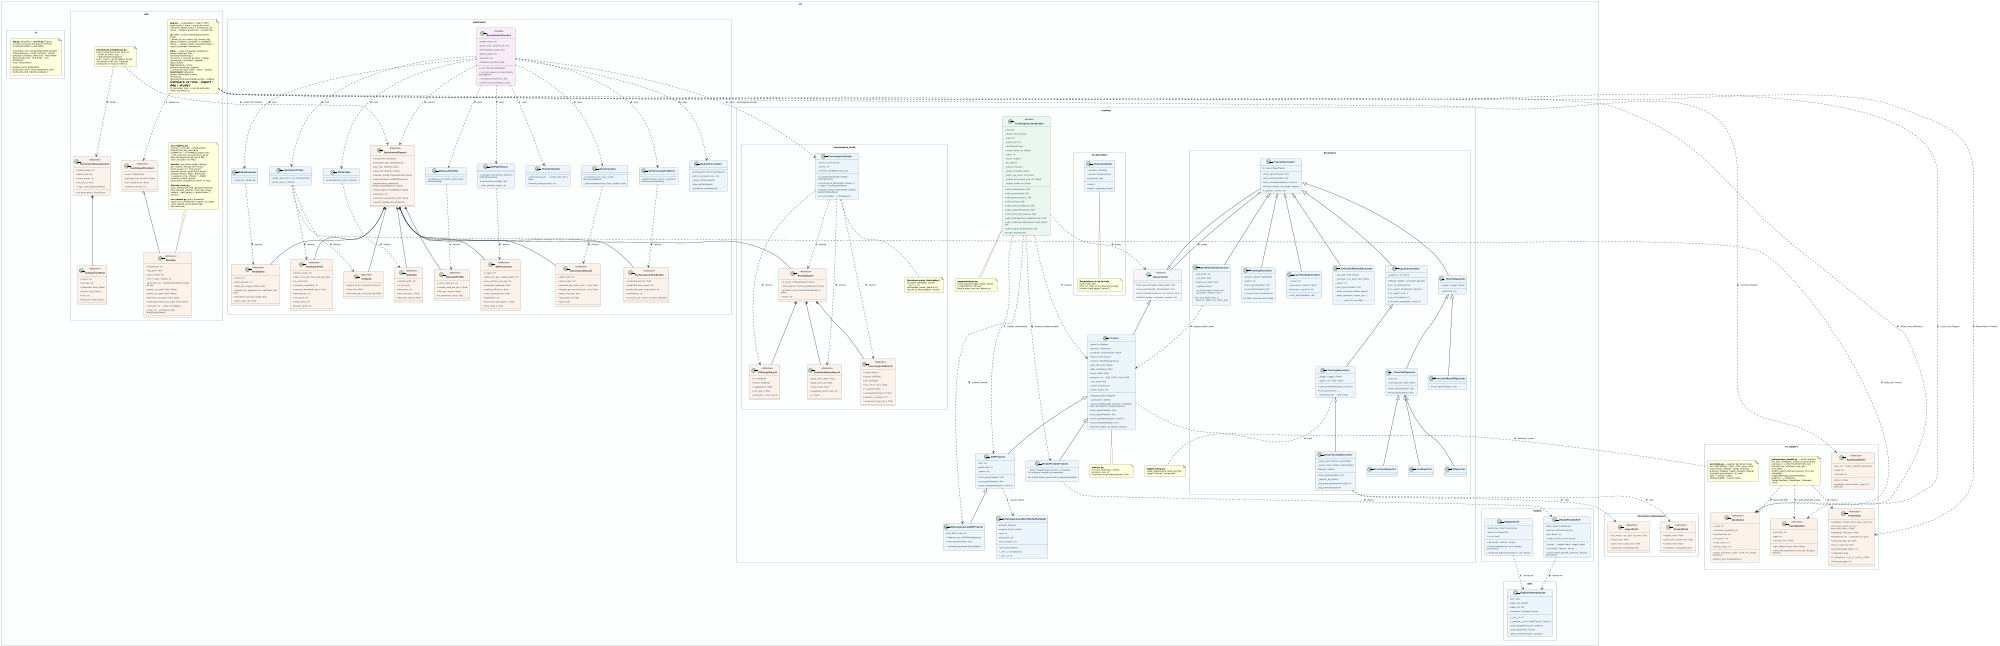
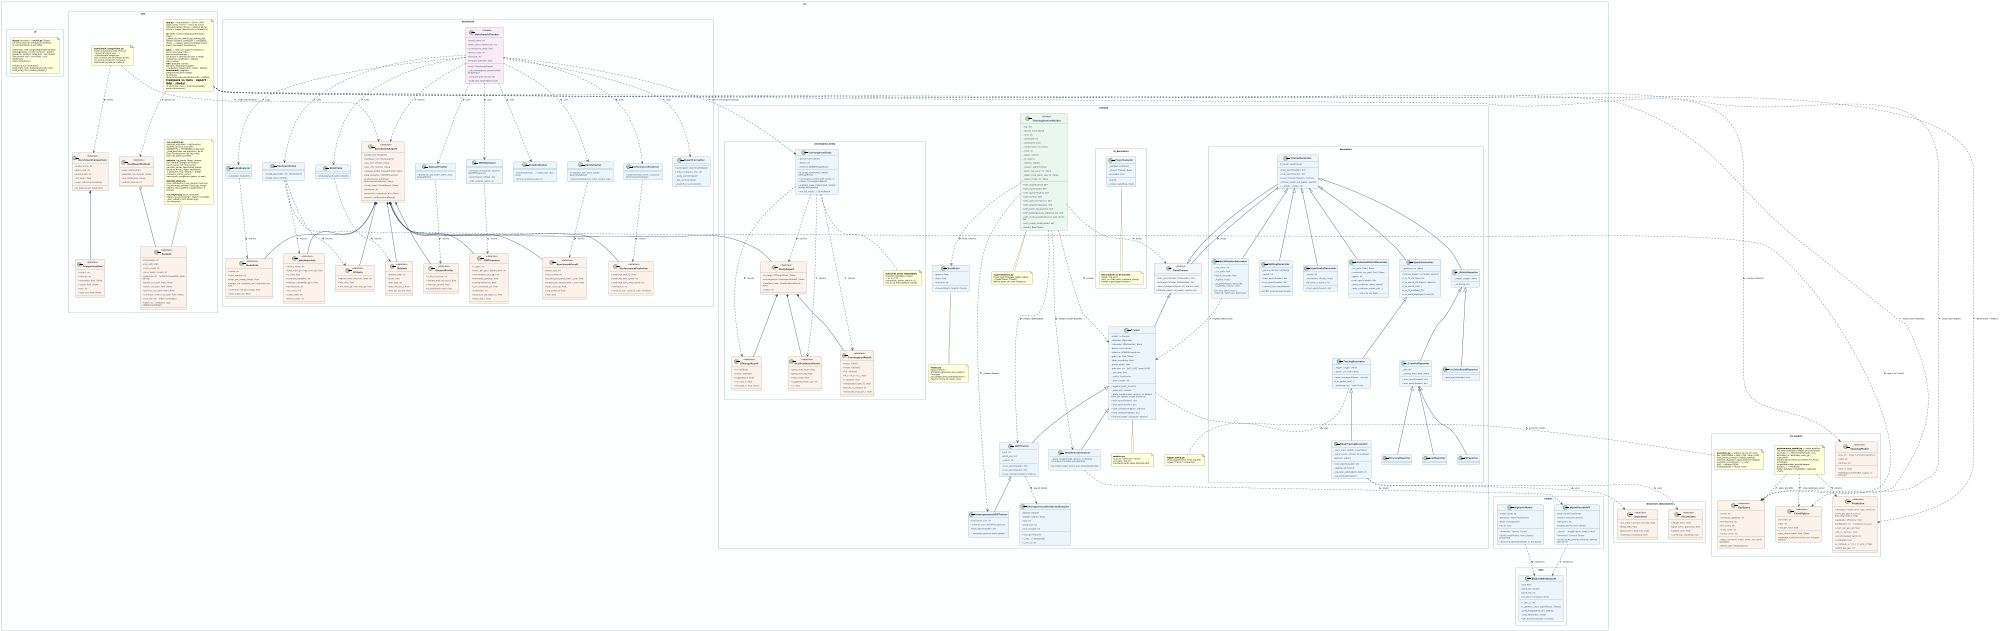
@startuml class_diagram
scale 2000 width
skinparam backgroundColor #FFFFFF
skinparam monochrome false
skinparam classAttributeIconSize 0
skinparam defaultFontName "DejaVu Sans"
skinparam defaultFontSize 9
skinparam classFontStyle bold
skinparam classFontSize 10
skinparam classHeaderBackgroundColor #1A5276
skinparam classBorderColor #2C3E50
skinparam classBackgroundColor #EBF5FB
skinparam arrowColor #2C3E50
skinparam arrowThickness 1.5
skinparam roundCorner 8
skinparam padding 4
skinparam nodesep 50
skinparam ranksep 55
skinparam wrapWidth 200
skinparam packageStyle rectangle
skinparam packageBorderColor #95A5A6
skinparam packageBackgroundColor #FDFEFE

' ════════════════════════════════════════════════════════════════
' PACKAGE: src.training
' ════════════════════════════════════════════════════════════════
package "src.training" #FDFEFE {

  abstract class BaseTrainer <<abstract>> {
    {abstract} + train_epoch(loader: DataLoader): dict
    {abstract} + eval_epoch(loader: DataLoader): dict
    {abstract} + save_checkpoint(epoch: int, metrics: dict)
    {abstract} + fit(train_loader, val_loader, epochs: int)
  }

  class Trainer {
    - model: nn.Module
    - optimizer: Optimizer
    - scheduler: LRScheduler | None
    - device: torch.device
    - criterion: BCEWithLogitsLoss
    - grad_clip: float | None
    - label_smoothing: float
    - mixup_alpha: float
    - precision: str  ' fp32 | tf32 | amp | bf16
    - _use_amp: bool
    - _scaler: GradScaler
    - _batch_hooks: list
    + register_batch_hook(fn)
    - _autocast(): context
    - _place_model(model, device): nn.Module  ' hook: por defecto model.to(device)
    + train_epoch(loader): dict
    + eval_epoch(loader): dict
    + save_checkpoint(epoch, metrics)
    + load_checkpoint(path): dict
    + fit(train_loader, val_loader, epochs)
  }

  class DDPTrainer {
    - rank: int
    - world_size: int
    - _epoch: int
    ' precision reenviada a Trainer
    + train_epoch(loader): dict
    + eval_epoch(loader): dict
    + save_checkpoint(epoch, metrics)
  }

  class HeterogeneousDDPTrainer {
    - local_batch_size: int
    - _criterion_sum: BCEWithLogitsLoss
    + train_epoch(loader): dict
    .. normaliza grad por batch global ..
  }

  class ModelParallelTrainer {
    ' modelo ya repartido entre GPUs (ModelParallelViT)
    - _place_model(model, device): nn.Module  ' no mueve el modelo (ya repartido)
    .. usa model.output_device para etiquetas/pérdida ..
  }

  class TrainingSessionBuilder <<Builder>> {
    - _cfg: dict
    - _device: torch.device
    - _rank: int
    - _world_size: int
    - _distributed: bool
    - _model_name: str | None
    - _trace: str
    - _layers: list[str]
    - _fn: list[str]
    - _metrics: list[str]
    - _inspect: set[str] | None
    - _batch_log_every: int | None
    - _hetero_local_batch_size: int | None
    - _output_mode: str | None
    + with_model(name): Self
    + with_trace(mode): Self
    + with_layers(*layers): Self
    + with_fn(*fns): Self
    + with_metrics(*metrics): Self
    + with_inspect(*features): Self
    + with_batch_log_every(n): Self
    + with_heterogeneous_ddp(local_bs): Self
    + with_model_parallel(devices, split_block): Self
    + with_output_mode(mode): Self
    + build(): BaseTrainer
  }

  class HeterogeneousDistributedSampler {
    - dataset: Dataset
    - weights: list[int | float]
    - rank: int
    - world_size: int
    - num_samples: int
    + set_epoch(epoch)
    + __iter__(): Iterator[int]
    + __len__(): int
  }

  note as aug_note
    **augmentations.py**
    mixup_batch(images, labels, alpha)
    → tuple[Tensor, Tensor]
    Mezcla pares con coef. Beta(α,α).
  end note

+   class FocalLoss {
+     - gamma: float
+     - alpha: float
+     - reduction: str
+     + forward(logits, targets): Tensor
+   }
+ 
+   note as losses_note
+     **losses.py**
+     build_criterion → BCEWithLogitsLoss(+pos_weight) | FocalLoss
+     pos_weight_from_metadata('auto')
+     Palanca contra las clases raras.
+   end note
+ 
  note as metrics_note
    **metrics.py**
    f1_score / precision / recall /
    accuracy / eta_str
    Funciones puras sobre tensores GPU.
  end note

  note as logger_note
    **logger_setup.py**
    setup_logger(name, level, log_file)
    Logger "trainer" compartido.
  end note

}

' ════════════════════════════════════════════════════════════════
' PACKAGE: src.training.convergence_study  (estudio empírico v4)
' ════════════════════════════════════════════════════════════════
package "src.training.convergence_study" #FDFEFE {

  class ConvergenceStudy {
    - _device: torch.device
    - _family: str
    - _criterion: BCEWithLogitsLoss
    + lr_range_test(model, loader): LRRangeResult
    + convergence_test(model, loader, lr, n_steps): ConvergenceResult
    + gradient_noise_scale(model, loader): GradientNoiseResult
    + run_full_study(...): StudyReport
  }

  class LRRangeResult <<dataclass>> {
    + lrs: list[float]
    + losses: list[float]
    + suggested_lr: float
    + min_loss_lr: float
    + diverged_lr: float | None
  }

  class ConvergenceResult <<dataclass>> {
    + steps: list[int]
    + losses: list[float]
    + f1s: list[float]
    + fit_a / fit_b / fit_c: float
    + r_squared: float
    + extrapolated_best_f1: float
    + epochs_to_plateau: int
    + measured_imgs_per_s: float
  }

  class GradientNoiseResult <<dataclass>> {
    + grad_norm_mean: float
    + grad_norm_std: float
    + noise_scale: float
    + suggested_batch_size: int
    + cv: float
  }

  class StudyReport <<dataclass>> {
    + lr_range: LRRangeResult | None
    + convergence: ConvergenceResult | None
    + gradient_noise: GradientNoiseResult | None
    + notes: str
  }

  note as fit_note
    **funciones puras (testeables)**
    fit_power_law(steps, losses)
    → (a, b, c, r²)
    extrapolate_power_law(a,b,c,t)
    loss_to_f1_estimate(loss, family)
  end note

}

' ════════════════════════════════════════════════════════════════
' PACKAGE: src.training.decorators
' ════════════════════════════════════════════════════════════════
package "src.training.decorators" #FDFEFE {

  class TrainerDecorator {
    # _trainer: BaseTrainer
    + train_epoch(loader): dict
    + eval_epoch(loader): dict
    + save_checkpoint(epoch, metrics)
    + fit(train_loader, val_loader, epochs)
    + __getattr__(name: str)
  }

  class EpochController {
    - _patience: int | None
    + fit(train_loader, val_loader, epochs)
    # _on_fit_start(epochs)
    # _on_epoch_start(epoch, epochs)
    # _on_epoch_end(...)
    # _on_fit_end(best_f1)
    # _on_early_stop(epoch, best_f1)
  }

  class TracingDecorator {
    - _logger: Logger | None
    - _epoch_csv: Path | None
    + save_checkpoint(epoch, metrics)
    # _on_epoch_end(...)
    - _emit(msg: str)  ' rank 0 only
  }

  class DeepTracingDecorator {
    - _layer_stats: dict[str, LayerStats]
    - _param_stats: dict[str, ParamStats]
    - features: set[str]
    + train_epoch(loader): dict
    - _register_all_hooks()
    - _log_layer_table(epoch, batch, n)
    - _log_anomalies(epoch)
  }

  class PlottingDecorator {
    - _history: dict[str, list[float]]
    - _epoch: int
    + train_epoch(loader): dict
    + eval_epoch(loader): dict
    + _record_train_result(result)
    .. sin PNG: acumula para la web ..
  }

  class LayerHooksDecorator {
    - _hooks: list
    - _activations: dict[str, float]
    - log_every_n_epochs: int
    + train_epoch(loader): dict
  }

  class ConfusionMatrixDecorator {
    - _csv_path: Path | None
    - _confusion_csv_path: Path | None
    - _epoch: int
    + eval_epoch(loader): dict
    - _write_csv(preds, labels, epoch)
    - _write_confusion_matrix_csv(...)
    .. solo CSV (sin PNG) ..
  }

  class BatchMonitorDecorator {
    - _log_every: int
    - _csv_path: Path
    + batch_csv_path: Path
    - _register_hook()
    - _on_batch(epoch, batch_idx,\n  n_batches, metrics: dict)
    .. CSV: loss, batch_loss, lr,\n  batch_f1, batch_acc, batch_prec ..
  }

  abstract class _MetricReporter {
    - _logger: Logger | None
    - _emit(msg: str)
  }

  abstract class _TrainValReporter {
    - _key: str
    - _cached_train: float | None
    + train_epoch(loader): dict
    + eval_epoch(loader): dict
  }

  class LossReporter
  class F1Reporter
  class AccuracyReporter
  class PrecisionRecallReporter {
    + eval_epoch(loader): dict
  }

}

' ════════════════════════════════════════════════════════════════
' PACKAGE: src.training.decorators — dataclasses internas
' ════════════════════════════════════════════════════════════════
package "decorators (dataclasses)" #FDFEFE {

  class LayerStats <<dataclass>> {
    + act_mean / act_std / act_max: float
    + dead_ratio: float
    + grad_norm / grad_max: float
    + vanishing / exploding: bool
  }

  class ParamStats <<dataclass>> {
    + weight_norm: float
    + grad_norm / grad_max: float
    + update_ratio: float
    + vanishing / exploding: bool
  }

}

' ════════════════════════════════════════════════════════════════
' PACKAGE: src.training.fn_decorators
' ════════════════════════════════════════════════════════════════
package "src.training.fn_decorators" #FDFEFE {

  class _PowerSampler {
    - _samples: list[float]
    - _thread: Thread | None
    + available: bool
    + start()
    + stop(): tuple[float, float]
  }

  note as fn_note
    **Decoradores @ de función**
    timed / log_call /
    retry_on_cuda_oom / measure_energy
    Rutean a getLogger("trainer").
  end note

  _PowerSampler .. fn_note

}

' ════════════════════════════════════════════════════════════════
' PACKAGE: src.models / src.data
' ════════════════════════════════════════════════════════════════
package "src.models" #FDFEFE {
-   class BigEarthViT {
+   class BigEarthModel {
+     ' alias retrocompat: BigEarthViT = BigEarthModel
+     - model_name: str
    - backbone: VisionTransformer
    - head: nn.Sequential
    + is_vit: bool
    + forward(x: Tensor): Tensor
    + build_model(name, num_classes, pretrained)
    + build_llrd_optimizer(model, lr, wd, decay)
  }

  class ModelParallelViT {
    ' paralelismo de modelo (pipeline naive)
    - base: VisionTransformer
    - devices: list[torch.device]
    - split_block: int
    + output_device: torch.device
    - _place()  ' stage0→dev0, stage1→dev1
    + forward(x: Tensor): Tensor
    + build_model_parallel_vit(name, devices, split_block)
  }
}

' ════════════════════════════════════════════════════════════════
' PACKAGE: src (módulos de soporte — benchmark/web)
' ════════════════════════════════════════════════════════════════
package "src.support" as support #FDFEFE {

  class GpuSpecs <<dataclass>> {
    + name: str
    + compute_capability: str
    + architecture: str
    + sm_count: int
    + cuda_cores: int
    + tensor_cores: int
    + specs_for(name, major, minor, sm_count): GpuSpecs
    + detect_all(): list[GpuSpecs]
  }

  class SpeedupModel <<dataclass>> {
    + key: str  ' linear | amdahl | gustafson
    + label: str
    + formula: str
    + fn(n, s): float
    + speedup_curve(model, n_gpus, s): list[float]
  }

  class CloudOption <<dataclass>> {
    + provider: str
    + gpu: str
    + usd_per_hour: float
    + gpu_tflops(name): float | None
    + estimate_costs(total_hours_ref, ref_gpu): list[dict]
  }

  class Prediction <<dataclass>> {
    ' src.performance_model — predictor analítico
    + strategy / model_name / gpu_name: str
    + time_per_epoch_train_s / time_total_train_s: float
    + speedup / efficiency: float
    + bottleneck: str  ' compute | io | sync
    + vram_per_gpu_gb: float
    + fits_in_memory: bool
    + recommended_batch: int
    + calibrated: bool
    + t_compute_s / t_io_s / t_sync_s: float
    + batch_per_gpu: int
  }

  note as perfmodel_note
    **performance_model.py** — motor analítico
    (sin GPU, testeable). Estima sin benchmark:
    estimate_rc = MFU·TFLOPS/FLOPs_train
    estimate_rio / estimate_vram_gb / max_batch
    predict_epoch (fórmula maestra T(n,π) por
    estrategia: single/ddp/model_parallel/hetero)
    predict(...) → Prediction
    Tablas GpuSpec / ModelSpec. Calibrado <10%.
  end note

  note as precision_note
    **precision.py** — selector de Tensor cores
    ALL_PRECISIONS = fp32 | tf32 | amp | bf16
    uses_tensor_cores(p) / needs_scaler(p)
    autocast_dtype(p) / apply_backend_flags(p)
    available_precisions(cc, is_cuda)
    fp32 → núcleos CUDA;
    tf32/amp/bf16 → Tensor cores
  end note
}

package "src.data" #FDFEFE {
  class BigEarthNetDataset {
    - root: Path
    - patch_ids: list[str]
    - labels_list: list
    - transform: Compose | None
    + __len__(): int
    + __getitem__(idx): tuple[Tensor, Tensor]
    - _load_image(patch_dir): ndarray
    - _load_labels(idx): Tensor
    + get_transforms(split): Compose
  }
}

' ════════════════════════════════════════════════════════════════
' PACKAGE: src.benchmark (SRP package; scripts/benchmark.py is now a thin CLI)
' ════════════════════════════════════════════════════════════════
package "src.benchmark" #FDFEFE {

  class ModelInfo <<dataclass>> {
    + name: str
    + total_params: int
    + flops_per_image_mflops: float
    + weight_mb / gradient_mb / optimizer_mb: float
    + activation_mb_per_image: float
    + total_static_mb: float
  }

  class HardwareInfo <<dataclass>> {
    + device_name: str
    + total_vram_gb / free_vram_gb: float
    + is_cuda: bool
    + compute_capability: str
    + memory_bandwidth_gb_s: float
    + architecture: str
    + sm_count: int
    + cuda_cores: int
    + tensor_cores: int
  }

  class CPUInfo <<dataclass>> {
    + logical_cores / physical_cores: int
    + freq_mhz: float
    + ram_total_gb / ram_free_gb: float
  }

  class DiskInfo <<dataclass>> {
    + dataset_path: str
    + is_nfs: bool
    + disk_type: str
    + read_mb_per_s: float
    + files_per_second: float
  }

  class DatasetProfile <<dataclass>> {
    + n_files_total_est: int
    + sample_read_mb_per_s: float
    + files_per_second: float
    + io_bottleneck_ratio: float
  }

  class DDPScenario <<dataclass>> {
    + n_gpus: int
    + batch_per_gpu / global_batch: int
    + num_workers_per_gpu: int
    + estimated_speedup: float
    + scaling_efficiency: float
    + sync_overhead_pct: float
    + bottleneck: str
    + time_train_per_epoch_s: float
    + time_total_s: float
  }

  class PerformancePrediction <<dataclass>> {
    + predicted_best_f1: float
    + predicted_best_epoch: int
    + predicted_early_stop_epoch: int
    + confidence: str
    + curve_f1_val / curve_f1_train: list[float]
  }

  class BenchmarkResult <<dataclass>> {
    + batch_size: int
    + trace_mode: str
    + seconds_per_batch_train / _eval: float
    + images_per_second_train / _eval: float
    + peak_vram_gb: float
    + avg_power_w: float
    + oom: bool
  }

  class BenchmarkReport <<dataclass>> {
    + model_info: ModelInfo
    + hardware_info: HardwareInfo
    + cpu_info: CPUInfo | None
    + disk_info: DiskInfo | None
    + dataset_profile: DatasetProfile | None
    + ddp_scenarios: list[DDPScenario]
    + performance_prediction: PerformancePrediction | None
    + study_report: StudyReport | None
    + precision: str
    + precision_comparison: dict | None
    + results: list[BenchmarkResult]
  }

  class ModelAnalyzer {
    + analyze(): ModelInfo
  }
  class HardwareProbe {
    + probe_gpu(index: int): HardwareInfo
    + probe_cpu(): CPUInfo
  }
  class DiskProbe {
    + probe(dataset_path): DiskInfo
  }
  class DatasetProfiler {
    + profile(sec_per_batch, batch_size): DatasetProfile
  }
  class Benchmarker {
    + run(batch_size, trace_mode): BenchmarkResult
    - _benchmark(batches, trace_mode): tuple
  }
  class TimeEstimator {
    + estimate(result, ..., model_info): dict | None
    + format_time(seconds): str
  }
  class DDPOptimizer {
    + compute_scenarios(n_epochs): list[DDPScenario]
    + recommend_config(): dict
    - _infer_network_type(): str
  }
  class PerformancePredictor {
    + predict(model_name, n_epochs): PerformancePrediction
  }
  class ReportFormatter {
    + print(report: BenchmarkReport)
    + write_csv(report, env: str)
    - _study_section(report)
    - _ddp_section(report)
    - _prediction_section(pred)
  }
  class BenchmarkChecker <<Facade>> {
    - model_name: str
    - batch_sizes / epochs_list: list
    - convergence_study: bool
    - device_index: int
    - precision: str
    - compare_precision: bool
    + run(): BenchmarkReport
    - _run_convergence_study(model): StudyReport
    - _compare_precisions(): dict
    - _build_real_loader(batch_size)
  }

}

' ════════════════════════════════════════════════════════════════
' PACKAGE: src.web
' ════════════════════════════════════════════════════════════════
package "src.web" #FDFEFE {

  class RunInfo <<dataclass>> {
    + timestamp: str
    + log_path: Path
    + trace_mode: str
    + env / mode / model: str
    + precision: str  ' fp32/tf32/amp/bf16, leída del log
    + epoch_csv_path: Path | None
    + batch_csv_path: Path | None
    + perclass_csv_path: Path | None
    + confusion_matrix_csv_path: Path | None
    + sort_key: str  ' orden cronológico
    + label: str  ' compacto, tags [ddp]/[amp]/[deep]
  }

  class BenchmarkComparison <<dataclass>> {
    + model_name: str
    + batch_size: int
    + trace_mode: str
    + nfs_factor: float
    + rows: list[ComparisonRow]
    + to_dataframe(): DataFrame
  }

  class ComparisonRow <<dataclass>> {
    + metric: str
    + formula: str
    + estimated: float | None
    + actual: float | None
    + unit: str
    + error_pct: float | None
  }

  note as cmp_note
    **benchmark_comparison.py**
    build_comparison(meta, feas_df,
      actual_df, batch_size, ...)
    → BenchmarkComparison
    Usa n_train/n_val del bloque #sizes
    (no asume el full set). Compara
    estimación vs real por métrica.
  end note

  class DashboardContext <<dataclass>> {
    ' src.web.ui.context — estado compartido (ctx)
    + runs: list[RunInfo]
    + selected_run: RunInfo | None
    + run: DataFrame | None
    + refresh_interval: int
  }

  note as web_note
    **run_registry.py**
    discover_runs(root) → list[RunInfo]
    RunInfo.sort_key normaliza
    DDMMYYYY → YYYYMMDD (orden real).
    _read_precision: lee precision= de la
    línea Configuración del log (4 KB).
    Solo CSV paths (sin PNG).

    **parsers**: log_parser (deep: campos
    por nombre; energía \w*Trainer),
    batch_parser (v3: f1/acc/prec),
    perclass_parser, benchmark_parser
    (bloques #sizes, #gpu, #precision,
    #precision_cmp, #study_*, #ddp),
    confusion_matrix_parser,
    benchmark_comparison (estim. vs real)

    **dataset_stats.py**
    class_distribution_from_parquet (ndarray)
    find_example_patches / load_rgb_image
    helpers._class_gallery (1 patch/clase, 1 lectura)

    **run_import.py** (puro, testeable)
    import_run_archive(zip) / import_run_folder
    _dest_relpath (corta desde logs/, anti-traversal)
  end note

  note as web_arch_note
    **app.py** — orquestador (~220 ln, SRP)
    page config + tema + menú de iconos
    (streamlit-option-menu) + selector de run
    activo + toggle claro/oscuro → render(ctx)

    **ui/** (SRP): context (DashboardContext),
    charts (_show/_dl_csv/_metric_fig/_overlay_fig),
    helpers (loaders cacheados + utilidades),
    theme — register_plotly_template(mode) +
    inject_css(mode): claro/oscuro

    **tabs/** — cada uno expone render(ctx):
    home (Overview: KPIs + barras/tarta/treemap +
    run activo + carrusel de fotos + tabla) ·
    comparison (unificado) · dataset · data_models ·
    **run/** (paquete: curves · perclass=heatmap+support
    · confusions=top+matriz · batch · details) ·
    **benchmark/** (paquete: predict=formulario+tablas
    de fórmula tiempo/memoria+escalado+coste · validate
    =Compare vs runs · report · ddp · study)
    (5 secciones, máx. 1 nivel de pestañas; modo claro/oscuro)
  end note

}

' ════════════════════════════════════════════════════════════════
' PACKAGE: src.cli (CLI unificado tipo `tfg <comando>`)
' ════════════════════════════════════════════════════════════════
package "src.cli" #FDFEFE {
  note as cli_note
    **tfg.py** (lanzador) + **src/cli.py** (Typer)
    Un único punto de entrada en terminal:
    el terminal HACE, la web MIRA.

    Comandos: train (single/ddp/model-parallel/
    heterogeneous → script correcto) · predict
    (predictor analítico, tabla rich) · benchmark
    (benchmark real) · eval (test) · runs · dashboard ·
    menu (interactivo)

    Builders puros (testeados):
    build_train_cmd / build_benchmark_cmd /
    build_eval_cmd / resolve_dataset_n
  end note
}

' ════════════════════════════════════════════════════════════════
' RELACIONES DE HERENCIA
' ════════════════════════════════════════════════════════════════

BaseTrainer <|-- Trainer
Trainer <|-- DDPTrainer
DDPTrainer <|-- HeterogeneousDDPTrainer
Trainer <|-- ModelParallelTrainer
BaseTrainer <|-- TrainerDecorator

TrainerDecorator <|-- EpochController
TrainerDecorator <|-- PlottingDecorator
TrainerDecorator <|-- LayerHooksDecorator
TrainerDecorator <|-- ConfusionMatrixDecorator
TrainerDecorator <|-- BatchMonitorDecorator
TrainerDecorator <|-- _MetricReporter

EpochController <|-- TracingDecorator
TracingDecorator <|-- DeepTracingDecorator

_MetricReporter <|-- _TrainValReporter
_MetricReporter <|-- PrecisionRecallReporter
_TrainValReporter <|-- LossReporter
_TrainValReporter <|-- F1Reporter
_TrainValReporter <|-- AccuracyReporter

' ════════════════════════════════════════════════════════════════
' RELACIONES DE COMPOSICIÓN / DEPENDENCIA
' ════════════════════════════════════════════════════════════════

TrainerDecorator o-- BaseTrainer : wraps >

TrainingSessionBuilder ..> BaseTrainer : builds >
TrainingSessionBuilder ..> Trainer : creates >
TrainingSessionBuilder ..> DDPTrainer : creates (distributed) >
TrainingSessionBuilder ..> HeterogeneousDDPTrainer : creates (hetero) >
TrainingSessionBuilder ..> ModelParallelTrainer : creates (model-parallel) >
TrainingSessionBuilder ..> aug_note : uses >
+ TrainingSessionBuilder ..> FocalLoss : build_criterion >
+ FocalLoss .. losses_note

DDPTrainer ..> HeterogeneousDistributedSampler : usa en hetero >

DeepTracingDecorator ..> LayerStats : uses >
DeepTracingDecorator ..> ParamStats : uses >
BatchMonitorDecorator ..> Trainer : register_batch_hook >

ConvergenceStudy ..> LRRangeResult : returns >
ConvergenceStudy ..> ConvergenceResult : returns >
ConvergenceStudy ..> GradientNoiseResult : returns >
ConvergenceStudy ..> StudyReport : returns >
ConvergenceStudy .. fit_note
StudyReport *-- LRRangeResult
StudyReport *-- ConvergenceResult
StudyReport *-- GradientNoiseResult

BenchmarkChecker ..> ModelAnalyzer : uses >
BenchmarkChecker ..> HardwareProbe : uses >
BenchmarkChecker ..> DiskProbe : uses >
BenchmarkChecker ..> DatasetProfiler : uses >
BenchmarkChecker ..> Benchmarker : uses >
BenchmarkChecker ..> TimeEstimator : uses >
BenchmarkChecker ..> DDPOptimizer : uses >
BenchmarkChecker ..> PerformancePredictor : uses >
BenchmarkChecker ..> ReportFormatter : uses >
BenchmarkChecker ..> ConvergenceStudy : uses (--convergence-study) >

ModelAnalyzer ..> ModelInfo : returns >
HardwareProbe ..> HardwareInfo : returns >
HardwareProbe ..> GpuSpecs : specs_for (cores) >
HardwareProbe ..> CPUInfo : returns >
DiskProbe ..> DiskInfo : returns >
DatasetProfiler ..> DatasetProfile : returns >
Benchmarker ..> BenchmarkResult : returns >
DDPOptimizer ..> DDPScenario : returns >
PerformancePredictor ..> PerformancePrediction : returns >
BenchmarkChecker ..> BenchmarkReport : returns >

BenchmarkReport *-- ModelInfo
BenchmarkReport *-- HardwareInfo
BenchmarkReport *-- CPUInfo
BenchmarkReport *-- DiskInfo
BenchmarkReport *-- DatasetProfile
BenchmarkReport *-- DDPScenario
BenchmarkReport *-- PerformancePrediction
BenchmarkReport *-- BenchmarkResult
BenchmarkReport o-- StudyReport

- BigEarthViT ..> BigEarthNetDataset : trained on >
+ BigEarthModel ..> BigEarthNetDataset : trained on >
ModelParallelViT ..> BigEarthNetDataset : trained on >
ModelParallelTrainer ..> ModelParallelViT : drives >

Trainer ..> metrics_note : uses >
Trainer ..> precision_note : autocast / scaler >
TracingDecorator ..> logger_note : uses >
web_note ..> RunInfo : creates >

' ── web modular (SRP): orquestador + ui/ + tabs/ ──
web_arch_note ..> DashboardContext : passes ctx >
DashboardContext o-- RunInfo
web_arch_note ..> SpeedupModel : overlays (Report) >
web_arch_note ..> CloudOption : cloud cost (Report) >
web_arch_note ..> GpuSpecs : shows cores (Monitor) >
web_arch_note ..> Prediction : Benchmark → Predict >
perfmodel_note ..> Prediction : returns >
perfmodel_note ..> GpuSpecs : specs por GPU >
perfmodel_note ..> CloudOption : coste (estimate_costs) >

BenchmarkComparison *-- ComparisonRow
cmp_note ..> BenchmarkComparison : builds >
cmp_note ..> BenchmarkReport : reads CSV (#sizes) >

' ════════════════════════════════════════════════════════════════
' ESTILOS POR TIPO
' ════════════════════════════════════════════════════════════════

skinparam class {
  HeaderBackgroundColor #1A5276
  BackgroundColor #EBF5FB
  BorderColor #2C3E50
  FontColor #FFFFFF
  AttributeFontColor #2C3E50
}

skinparam class<<abstract>> {
  HeaderBackgroundColor #1B2631
  BackgroundColor #F4F6F7
}

skinparam class<<dataclass>> {
  HeaderBackgroundColor #6E2F04
  BackgroundColor #FDF2E9
}

skinparam class<<Facade>> {
  HeaderBackgroundColor #512E5F
  BackgroundColor #F9EBF8
}

skinparam class<<Builder>> {
  HeaderBackgroundColor #145A32
  BackgroundColor #E9F7EF
}

@enduml
